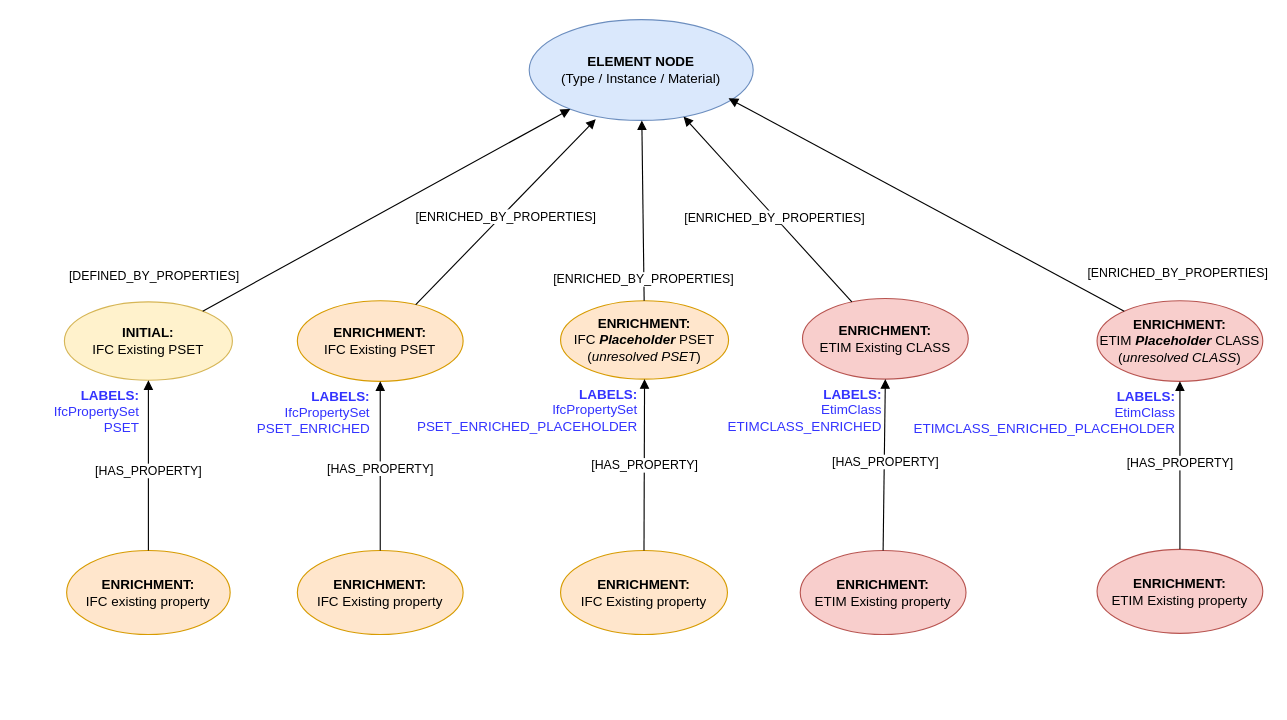
The draw.io diagram references/graph_enrichment_layer.drawio in BenoitLoze1977/liverpool_csck700_capstone_project, before the edit. Source tidied: cells renumbered, new cells numbered last; positions are measured from the earlier drawing's top-left corner, leaving out a move shared by most shapes. Both pictures are drawn from the tidied source at 112%, with x=0, y=0 at pixel (19, 19).
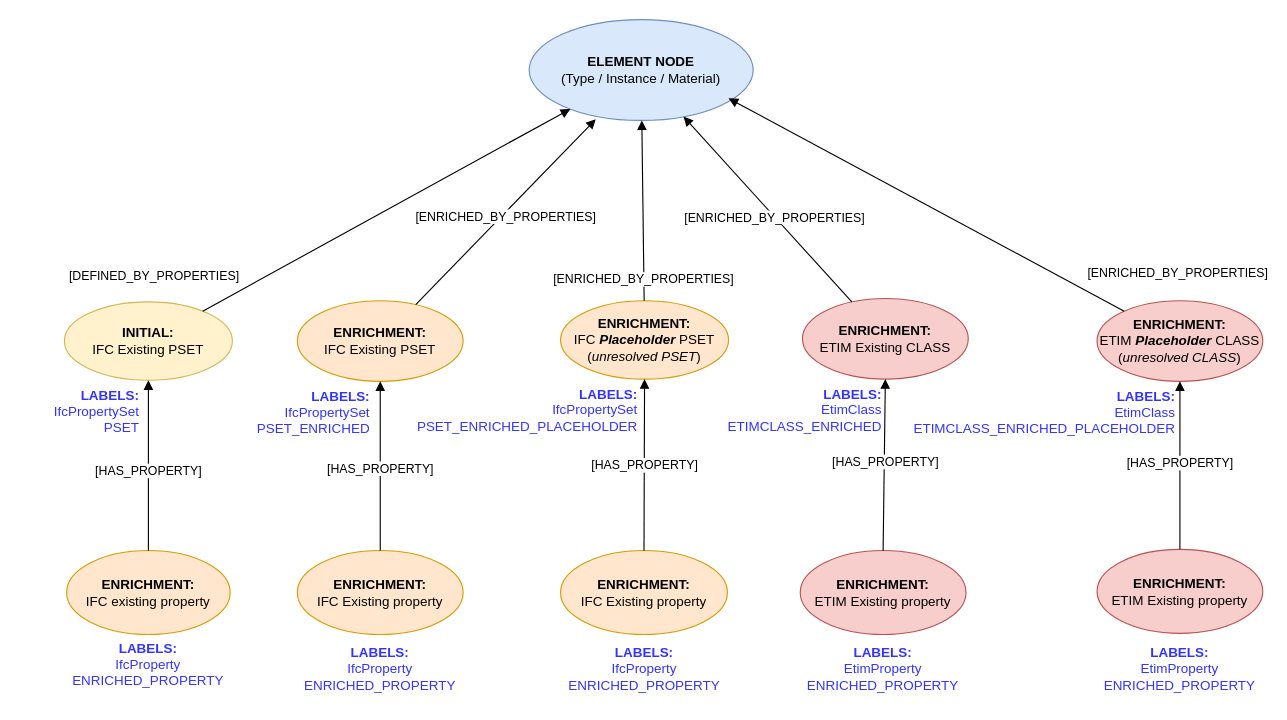
Above is the later version.

Change to the diagram source:
```diff
@@
+    <mxCell id="28" value="&lt;b&gt;&lt;font style=&quot;color: rgb(51, 51, 255);&quot;&gt;LABELS:&lt;/font&gt;&lt;/b&gt;&lt;div&gt;&lt;font style=&quot;color: rgb(51, 51, 255);&quot;&gt;IfcProperty&lt;/font&gt;&lt;/div&gt;&lt;div&gt;&lt;font style=&quot;color: rgb(51, 51, 255);&quot;&gt;ENRICHED_PROPERTY&lt;/font&gt;&lt;/div&gt;" style="text;html=1;align=center;verticalAlign=middle;whiteSpace=wrap;rounded=0;" parent="1" vertex="1">
+      <mxGeometry x="40" y="548" width="150" height="56" as="geometry" />
+    </mxCell>
+    <mxCell id="29" value="&lt;b&gt;&lt;font style=&quot;color: rgb(51, 51, 255);&quot;&gt;LABELS:&lt;/font&gt;&lt;/b&gt;&lt;div&gt;&lt;font style=&quot;color: rgb(51, 51, 255);&quot;&gt;IfcProperty&lt;/font&gt;&lt;/div&gt;&lt;div&gt;&lt;font style=&quot;color: rgb(51, 51, 255);&quot;&gt;ENRICHED_PROPERTY&lt;/font&gt;&lt;/div&gt;" style="text;html=1;align=center;verticalAlign=middle;whiteSpace=wrap;rounded=0;" parent="1" vertex="1">
+      <mxGeometry x="247" y="552" width="150" height="56" as="geometry" />
+    </mxCell>
+    <mxCell id="30" value="&lt;b&gt;&lt;font style=&quot;color: rgb(51, 51, 255);&quot;&gt;LABELS:&lt;/font&gt;&lt;/b&gt;&lt;div&gt;&lt;font style=&quot;color: rgb(51, 51, 255);&quot;&gt;IfcProperty&lt;/font&gt;&lt;/div&gt;&lt;div&gt;&lt;font style=&quot;color: rgb(51, 51, 255);&quot;&gt;ENRICHED_PROPERTY&lt;/font&gt;&lt;/div&gt;" style="text;html=1;align=center;verticalAlign=middle;whiteSpace=wrap;rounded=0;" parent="1" vertex="1">
+      <mxGeometry x="483" y="552" width="150" height="56" as="geometry" />
+    </mxCell>
+    <mxCell id="31" value="&lt;b&gt;&lt;font style=&quot;color: rgb(51, 51, 255);&quot;&gt;LABELS:&lt;/font&gt;&lt;/b&gt;&lt;div&gt;&lt;font style=&quot;color: rgb(51, 51, 255);&quot;&gt;EtimProperty&lt;/font&gt;&lt;/div&gt;&lt;div&gt;&lt;font style=&quot;color: rgb(51, 51, 255);&quot;&gt;ENRICHED_PROPERTY&lt;/font&gt;&lt;/div&gt;" style="text;html=1;align=center;verticalAlign=middle;whiteSpace=wrap;rounded=0;" parent="1" vertex="1">
+      <mxGeometry x="696" y="552" width="150" height="56" as="geometry" />
+    </mxCell>
+    <mxCell id="32" value="&lt;b&gt;&lt;font style=&quot;color: rgb(51, 51, 255);&quot;&gt;LABELS:&lt;/font&gt;&lt;/b&gt;&lt;div&gt;&lt;font style=&quot;color: rgb(51, 51, 255);&quot;&gt;EtimProperty&lt;/font&gt;&lt;/div&gt;&lt;div&gt;&lt;font style=&quot;color: rgb(51, 51, 255);&quot;&gt;ENRICHED_PROPERTY&lt;/font&gt;&lt;/div&gt;" style="text;html=1;align=center;verticalAlign=middle;whiteSpace=wrap;rounded=0;" parent="1" vertex="1">
+      <mxGeometry x="961" y="552" width="150" height="56" as="geometry" />
+    </mxCell>
```
